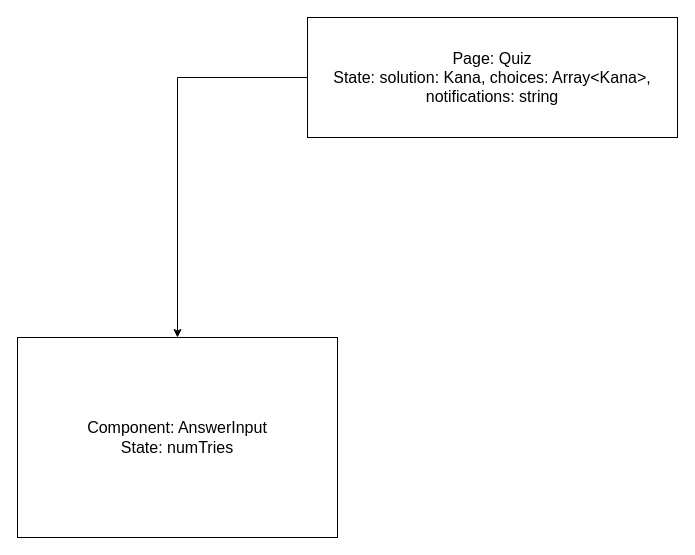
The draw.io diagram page "Page-3" (3 of 3) of Endless Kana Design v0.drawio in jdsmith104/endless-kana, before the edit. Source tidied: cells renumbered, new cells numbered last; positions are measured from the earlier drawing's top-left corner, leaving out a move shared by most shapes. Both pictures are drawn from the tidied source at 100%, with x=0, y=0 at pixel (17, 17).
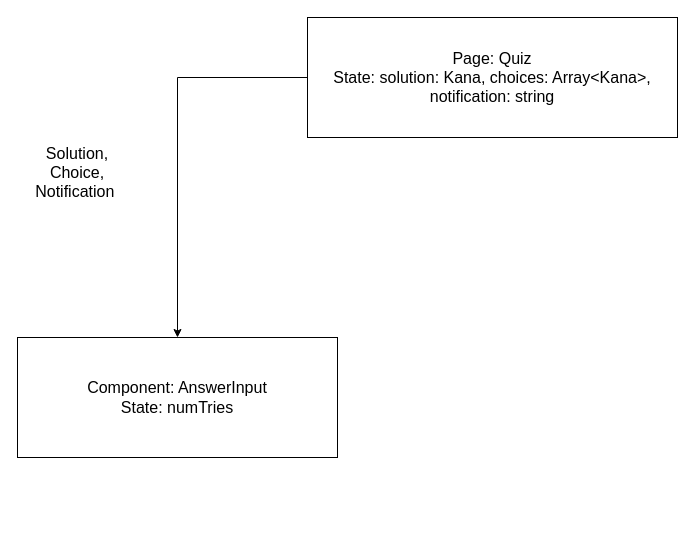
The same diagram, later.

Diff of the diagram source:
```diff
@@
 <mxGraphModel>
   <root>
     <mxCell id="0" />
     <mxCell id="1" parent="0" />
     <mxCell id="2" style="edgeStyle=orthogonalEdgeStyle;rounded=0;jettySize=auto;html=1;entryX=0.5;entryY=0;entryDx=0;entryDy=0;fontSize=16;" parent="1" edge="1" source="3" target="4">
       <mxGeometry relative="1" as="geometry">
         <Array as="points">
           <mxPoint x="160" y="60" />
         </Array>
       </mxGeometry>
     </mxCell>
-    <mxCell id="3" value="Page: Quiz&lt;br&gt;State: solution: Kana, choices: Array&amp;lt;Kana&amp;gt;, notifications: string" style="rounded=0;whiteSpace=wrap;html=1;fontSize=16;" parent="1" vertex="1">
+    <mxCell id="3" value="Page: Quiz&lt;br&gt;State: solution: Kana, choices: Array&amp;lt;Kana&amp;gt;, notification: string" style="rounded=0;whiteSpace=wrap;html=1;fontSize=16;" parent="1" vertex="1">
       <mxGeometry x="290" width="370" height="120" as="geometry" />
     </mxCell>
     <mxCell id="4" value="Component: AnswerInput&lt;br&gt;State: numTries" style="rounded=0;whiteSpace=wrap;html=1;fontSize=16;" parent="1" vertex="1">
-      <mxGeometry y="320" width="320" height="200" as="geometry" />
+      <mxGeometry y="320" width="320" height="120" as="geometry" />
     </mxCell>
+    <mxCell id="5" value="Solution,&lt;br&gt;Choice,&lt;br&gt;Notification&amp;nbsp;" style="text;html=1;strokeColor=none;fillColor=none;align=center;verticalAlign=middle;whiteSpace=wrap;rounded=0;fontSize=16;" parent="1" vertex="1">
+      <mxGeometry x="30" y="140" width="60" height="30" as="geometry" />
+    </mxCell>
   </root>
 </mxGraphModel>
```
